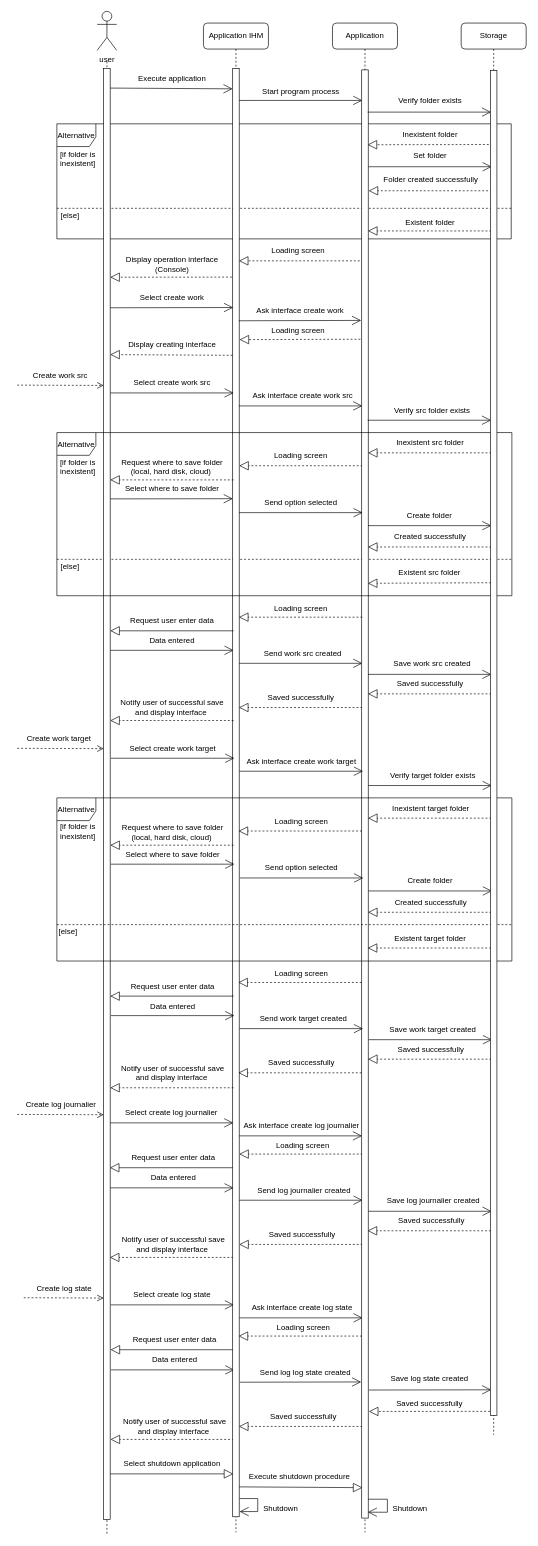
Weicheng178/UML keeps this draw.io diagram as page "Page-1" (1 of 2) of create diagram.drawio. Above is the earlier version. Source tidied: cells renumbered, new cells numbered last; positions are measured from the earlier drawing's top-left corner, leaving out a move shared by most shapes. Both pictures are drawn from the tidied source at 65%, with x=0, y=0 at pixel (17, 11).
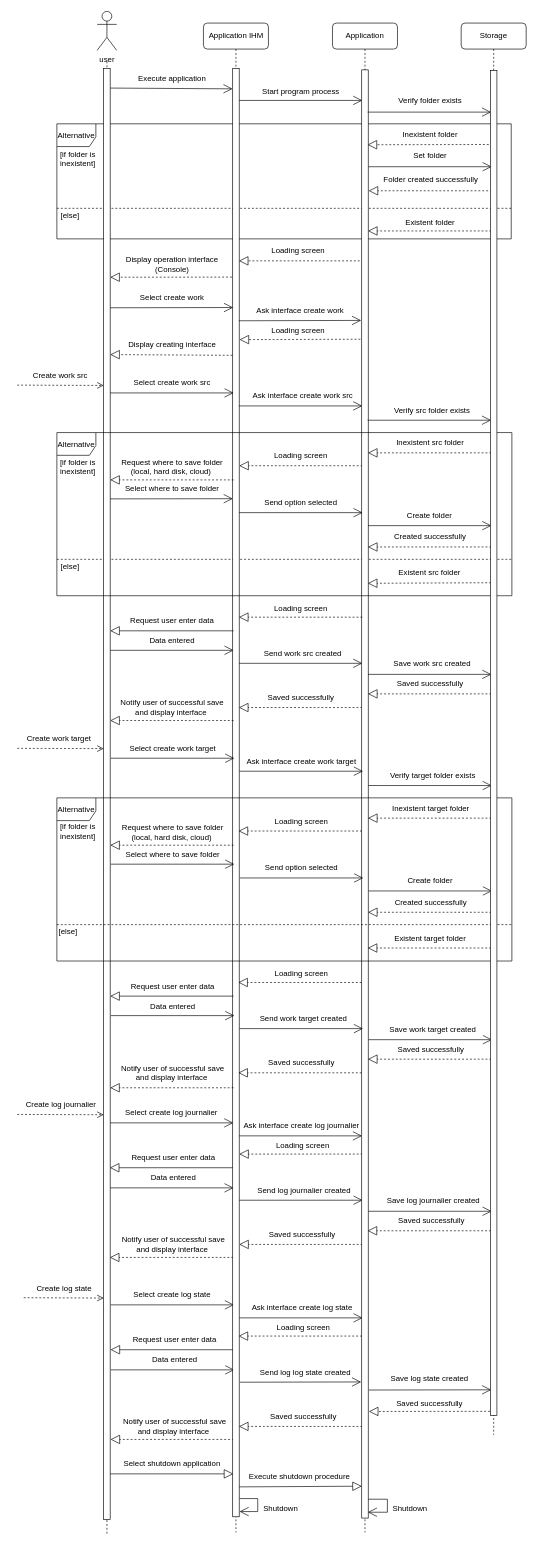
The same page after the edit.

The change refers to these unchanged cells:
```xml
<mxCell id="104" style="html=1;points=[];perimeter=orthogonalPerimeter;rounded=0;glass=0;labelBackgroundColor=none;fillStyle=auto;" parent="1" vertex="1">
  <mxGeometry x="530" y="90" width="10" height="2228" as="geometry" />
</mxCell>
```

Change to the diagram source:
```diff
@@
-    <mxCell id="7" style="endArrow=block;endFill=0;endSize=12;html=1;rounded=1;entryX=0.116;entryY=0.979;entryDx=0;entryDy=0;entryPerimeter=0;" parent="1" edge="1" target="104">
+    <mxCell id="7" style="endArrow=block;endFill=0;endSize=12;html=1;rounded=1;entryX=0.021;entryY=0.978;entryDx=0;entryDy=0;entryPerimeter=0;" parent="1" edge="1" target="104">
       <mxGeometry relative="1" as="geometry">
         <mxPoint x="341.3" y="2270" as="sourcePoint" />
       </mxGeometry>
     </mxCell>
```
